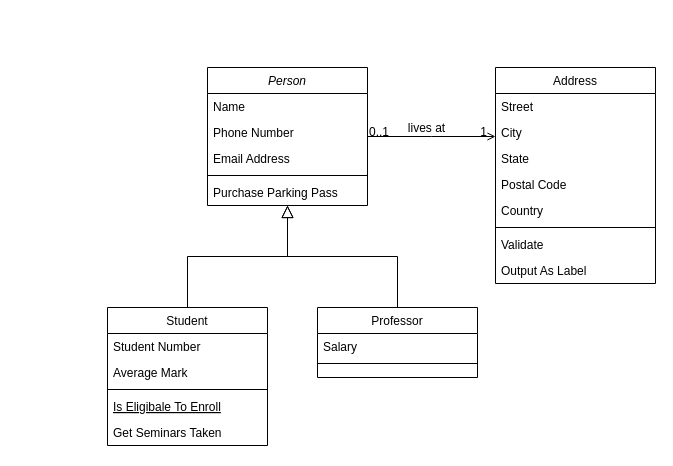
Earlier version of the draw.io diagram SIPDiagrame.drawio (AK-SoloQ/microservices-casts). Source tidied: cells renumbered, new cells numbered last; positions are measured from the earlier drawing's top-left corner, leaving out a move shared by most shapes. Both pictures are drawn from the tidied source at 100%, with x=0, y=0 at pixel (107, 67).
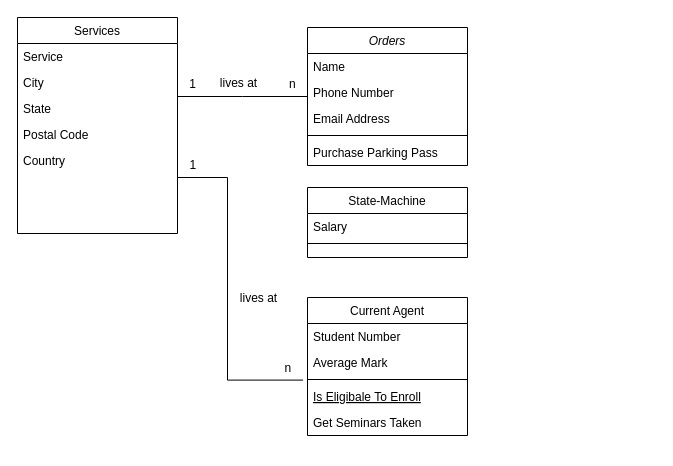
The same page after the edit.

The change refers to these unchanged cells:
```xml
<mxCell id="10" value="Average Mark" style="text;align=left;verticalAlign=top;spacingLeft=4;spacingRight=4;overflow=hidden;points=[[0,0.5],[1,0.5]];portConstraint=eastwest;rounded=0;shadow=0;html=0;" parent="8" vertex="1">
  <mxGeometry y="52" width="160" height="26" as="geometry" />
</mxCell>
```

Change to the diagram source:
```diff
@@
-    <mxCell id="2" value="Person" style="swimlane;fontStyle=2;align=center;verticalAlign=top;horizontal=1;startSize=26;rounded=0;shadow=0;strokeWidth=1;" parent="1" vertex="1">
-      <mxGeometry x="100" width="160" height="138" as="geometry" />
+    <mxCell id="2" value="Orders" style="swimlane;fontStyle=2;align=center;verticalAlign=top;horizontal=1;startSize=26;rounded=0;shadow=0;strokeWidth=1;" parent="1" vertex="1">
+      <mxGeometry x="200" y="-40" width="160" height="138" as="geometry" />
     </mxCell>
@@
-    <mxCell id="8" value="Student" style="swimlane;fontStyle=0;align=center;verticalAlign=top;horizontal=1;startSize=26;rounded=0;shadow=0;strokeWidth=1;" parent="1" vertex="1">
-      <mxGeometry y="240" width="160" height="138" as="geometry" />
+    <mxCell id="8" value="Current Agent" style="swimlane;fontStyle=0;align=center;verticalAlign=top;horizontal=1;startSize=26;rounded=0;shadow=0;strokeWidth=1;" parent="1" vertex="1">
+      <mxGeometry x="200" y="230" width="160" height="138" as="geometry" />
     </mxCell>
@@
-    <mxCell id="14" style="endArrow=block;endSize=10;endFill=0;shadow=0;strokeWidth=1;rounded=0;edgeStyle=elbowEdgeStyle;elbow=vertical;" parent="1" edge="1" source="8" target="2">
-      <mxGeometry relative="1" as="geometry" />
-    </mxCell>
-    <mxCell id="15" value="Professor" style="swimlane;fontStyle=0;align=center;verticalAlign=top;horizontal=1;startSize=26;rounded=0;shadow=0;strokeWidth=1;" parent="1" vertex="1">
-      <mxGeometry x="210" y="240" width="160" height="70" as="geometry" />
+    <mxCell id="15" value="State-Machine" style="swimlane;fontStyle=0;align=center;verticalAlign=top;horizontal=1;startSize=26;rounded=0;shadow=0;strokeWidth=1;" parent="1" vertex="1">
+      <mxGeometry x="200" y="120" width="160" height="70" as="geometry" />
     </mxCell>
@@
-    <mxCell id="18" style="endArrow=block;endSize=10;endFill=0;shadow=0;strokeWidth=1;rounded=0;edgeStyle=elbowEdgeStyle;elbow=vertical;" parent="1" edge="1" source="15" target="2">
-      <mxGeometry relative="1" as="geometry" />
-    </mxCell>
-    <mxCell id="19" value="Address" style="swimlane;fontStyle=0;align=center;verticalAlign=top;horizontal=1;startSize=26;rounded=0;shadow=0;strokeWidth=1;" parent="1" vertex="1">
-      <mxGeometry x="388" width="160" height="216" as="geometry" />
+    <mxCell id="19" value="Services" style="swimlane;fontStyle=0;align=center;verticalAlign=top;horizontal=1;startSize=26;rounded=0;shadow=0;strokeWidth=1;" parent="1" vertex="1">
+      <mxGeometry x="-90" y="-50" width="160" height="216" as="geometry" />
     </mxCell>
-    <mxCell id="20" value="Street" style="text;align=left;verticalAlign=top;spacingLeft=4;spacingRight=4;overflow=hidden;" parent="19" vertex="1">
+    <mxCell id="20" value="Service" style="text;align=left;verticalAlign=top;spacingLeft=4;spacingRight=4;overflow=hidden;" parent="19" vertex="1">
       <mxGeometry y="26" width="160" height="26" as="geometry" />
     </mxCell>
@@
-    <mxCell id="25" style="line;html=1;strokeWidth=1;align=left;verticalAlign=middle;spacingTop=-1;spacingLeft=3;spacingRight=3;labelPosition=right;" parent="19" vertex="1">
-      <mxGeometry y="156" width="160" height="8" as="geometry" />
-    </mxCell>
-    <mxCell id="26" value="Validate" style="text;align=left;verticalAlign=top;spacingLeft=4;spacingRight=4;overflow=hidden;" parent="19" vertex="1">
-      <mxGeometry y="164" width="160" height="26" as="geometry" />
-    </mxCell>
-    <mxCell id="27" value="Output As Label" style="text;align=left;verticalAlign=top;spacingLeft=4;spacingRight=4;overflow=hidden;" parent="19" vertex="1">
-      <mxGeometry y="190" width="160" height="26" as="geometry" />
-    </mxCell>
-    <mxCell id="28" style="endArrow=open;shadow=0;strokeWidth=1;rounded=0;endFill=1;edgeStyle=elbowEdgeStyle;elbow=vertical;" parent="1" edge="1" source="2" target="19">
+    <mxCell id="28" style="endArrow=none;shadow=0;strokeWidth=1;rounded=0;endFill=0;edgeStyle=elbowEdgeStyle;elbow=vertical;" parent="1" edge="1" source="2" target="19">
       <mxGeometry x="0.5" y="41" relative="1" as="geometry">
         <mxPoint x="-40" y="32" as="offset" />
       </mxGeometry>
     </mxCell>
-    <mxCell id="29" value="0..1" style="align=left;verticalAlign=bottom;labelBackgroundColor=none;fontSize=12;" parent="28" vertex="1">
+    <mxCell id="29" value="n" style="align=left;verticalAlign=bottom;labelBackgroundColor=none;fontSize=12;" parent="28" vertex="1">
       <mxGeometry x="-1" relative="1" as="geometry">
-        <mxPoint y="4" as="offset" />
+        <mxPoint x="-20" y="-4" as="offset" />
       </mxGeometry>
     </mxCell>
     <mxCell id="30" value="1" style="align=right;verticalAlign=bottom;labelBackgroundColor=none;fontSize=12;" parent="28" vertex="1">
       <mxGeometry x="1" relative="1" as="geometry">
-        <mxPoint x="-7" y="4" as="offset" />
+        <mxPoint x="20" y="-4" as="offset" />
       </mxGeometry>
     </mxCell>
     <mxCell id="31" value="lives at" style="text;html=1;align=center;verticalAlign=middle;labelBackgroundColor=none;rounded=0;shadow=0;strokeWidth=1;fontSize=12;" parent="28" vertex="1">
       <mxGeometry x="0.5" y="49" relative="1" as="geometry">
-        <mxPoint x="-38" y="40" as="offset" />
+        <mxPoint x="28" y="-63" as="offset" />
       </mxGeometry>
     </mxCell>
+    <mxCell id="32" style="endArrow=none;shadow=0;strokeWidth=1;rounded=0;endFill=0;edgeStyle=orthogonalEdgeStyle;elbow=vertical;exitX=-0.028;exitY=1.177;exitDx=0;exitDy=0;exitPerimeter=0;" parent="1" edge="1" source="10">
+      <mxGeometry x="0.5" y="41" relative="1" as="geometry">
+        <mxPoint x="70" y="110" as="targetPoint" />
+        <Array as="points">
+          <mxPoint x="120" y="313" />
+          <mxPoint x="120" y="110" />
+        </Array>
+        <mxPoint x="-40" y="32" as="offset" />
+      </mxGeometry>
+    </mxCell>
+    <mxCell id="33" value="n" style="align=left;verticalAlign=bottom;labelBackgroundColor=none;fontSize=12;" parent="32" vertex="1">
+      <mxGeometry x="-1" relative="1" as="geometry">
+        <mxPoint x="-20" y="-4" as="offset" />
+      </mxGeometry>
+    </mxCell>
+    <mxCell id="34" value="1" style="align=right;verticalAlign=bottom;labelBackgroundColor=none;fontSize=12;" parent="32" vertex="1">
+      <mxGeometry x="1" relative="1" as="geometry">
+        <mxPoint x="20" y="-4" as="offset" />
+      </mxGeometry>
+    </mxCell>
+    <mxCell id="35" value="lives at" style="text;html=1;align=center;verticalAlign=middle;labelBackgroundColor=none;rounded=0;shadow=0;strokeWidth=1;fontSize=12;" parent="32" vertex="1">
+      <mxGeometry x="0.5" y="49" relative="1" as="geometry">
+        <mxPoint x="79" y="87.9" as="offset" />
+      </mxGeometry>
+    </mxCell>
```
